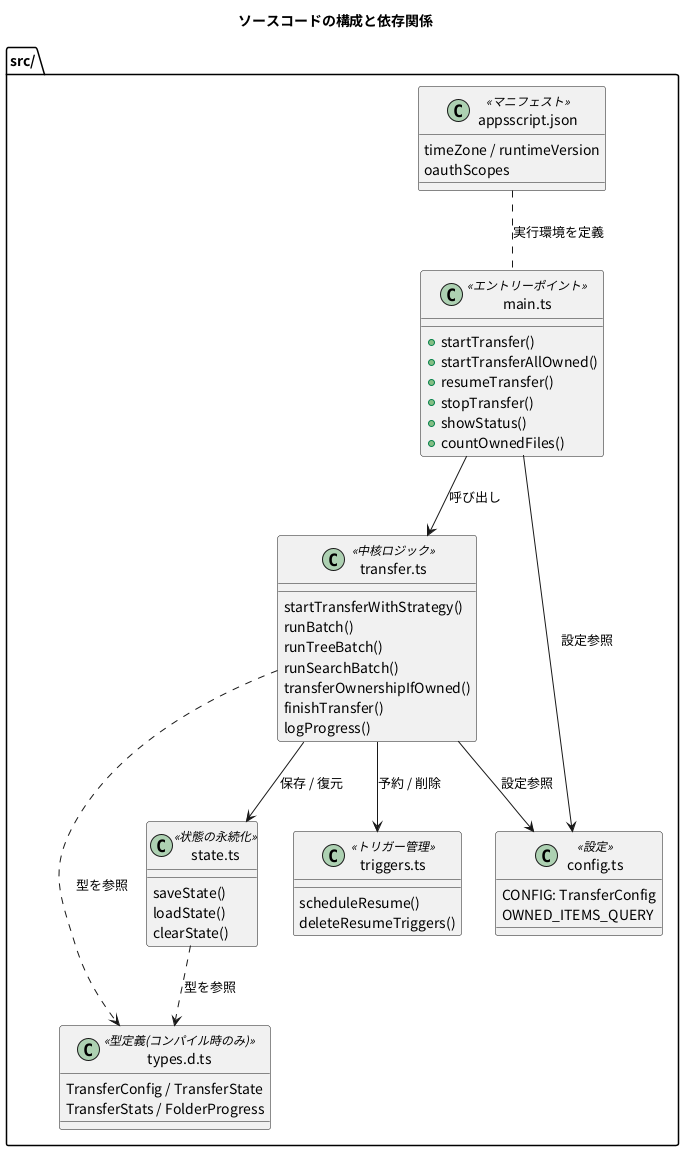
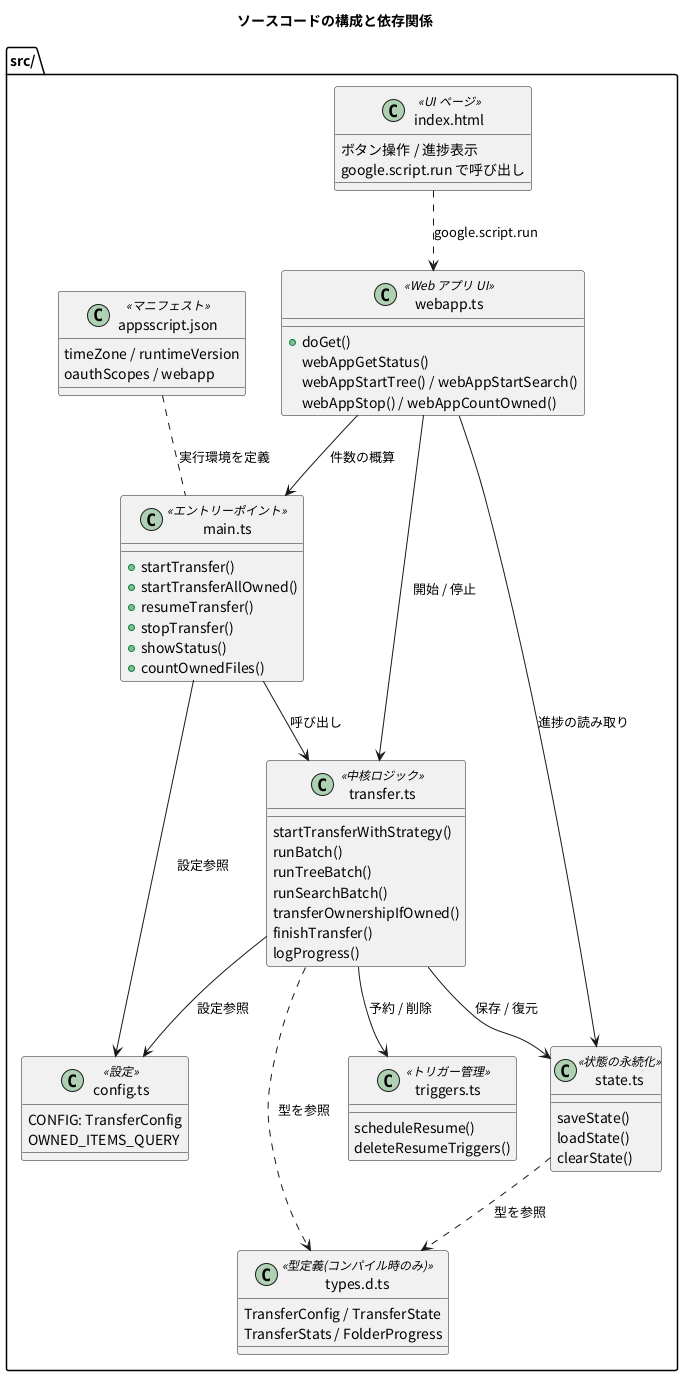
@startuml 05_code_structure
title ソースコードの構成と依存関係
skinparam defaultFontName "Noto Sans CJK JP"
skinparam shadowing false

package "src/" {
  class "main.ts" as main <<エントリーポイント>> {
    +startTransfer()
    +startTransferAllOwned()
    +resumeTransfer()
    +stopTransfer()
    +showStatus()
    +countOwnedFiles()
  }
  class "transfer.ts" as transfer <<中核ロジック>> {
    startTransferWithStrategy()
    runBatch()
    runTreeBatch()
    runSearchBatch()
    transferOwnershipIfOwned()
    finishTransfer()
    logProgress()
  }
  class "state.ts" as state <<状態の永続化>> {
    saveState()
    loadState()
    clearState()
  }
  class "triggers.ts" as triggers <<トリガー管理>> {
    scheduleResume()
    deleteResumeTriggers()
  }
  class "config.ts" as config <<設定>> {
    CONFIG: TransferConfig
    OWNED_ITEMS_QUERY
  }
  class "types.d.ts" as types <<型定義(コンパイル時のみ)>> {
    TransferConfig / TransferState
    TransferStats / FolderProgress
  }
+   class "webapp.ts" as webapp <<Web アプリ UI>> {
+     +doGet()
+     webAppGetStatus()
+     webAppStartTree() / webAppStartSearch()
+     webAppStop() / webAppCountOwned()
+   }
+   class "index.html" as html <<UI ページ>> {
+     ボタン操作 / 進捗表示
+     google.script.run で呼び出し
+   }
  class "appsscript.json" as manifest <<マニフェスト>> {
    timeZone / runtimeVersion
-     oauthScopes
+     oauthScopes / webapp
  }
}

main --> transfer : 呼び出し
transfer --> state : 保存 / 復元
transfer --> triggers : 予約 / 削除
transfer --> config : 設定参照
main --> config : 設定参照
+ html ..> webapp : google.script.run
+ webapp --> transfer : 開始 / 停止
+ webapp --> state : 進捗の読み取り
+ webapp --> main : 件数の概算
state ..> types : 型を参照
transfer ..> types : 型を参照
manifest .. main : 実行環境を定義
@enduml
